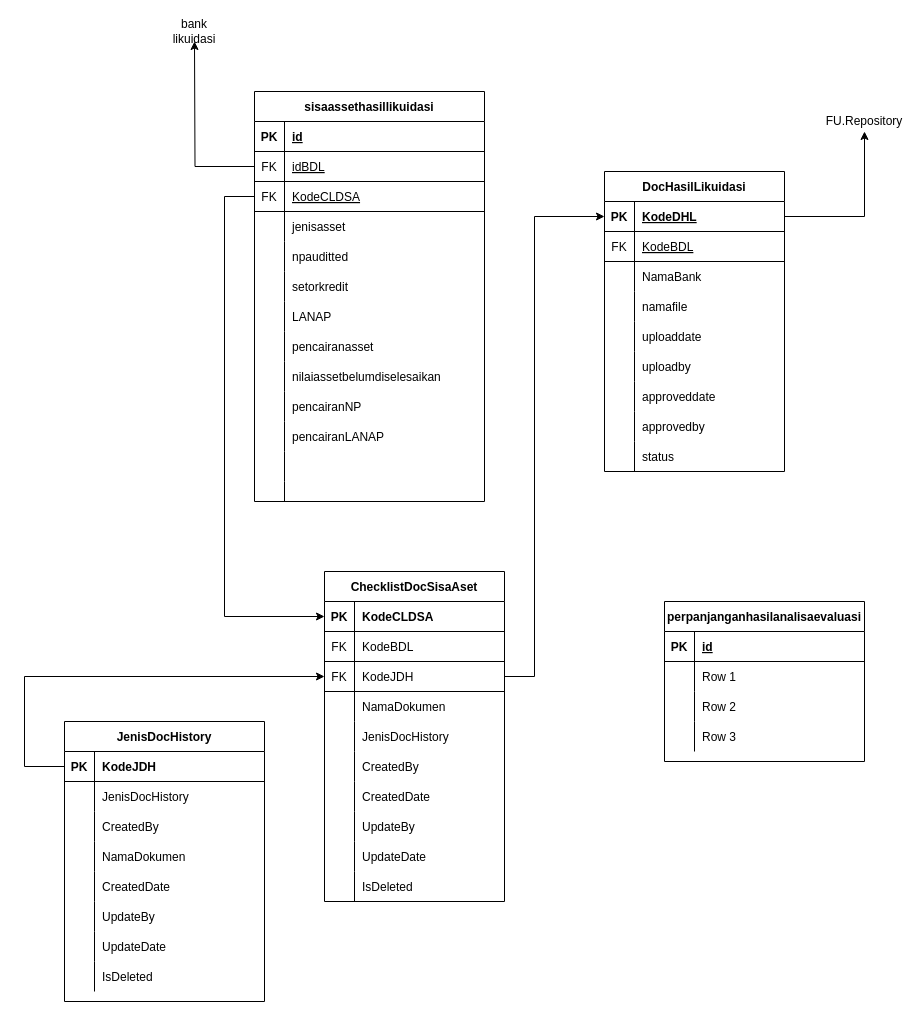
Earlier version of the draw.io diagram Domain Model - Likuidasi Pengakhiran.drawio (reshafahlevi/GLIK-DM). Source tidied: cells renumbered, new cells numbered last; positions are measured from the earlier drawing's top-left corner, leaving out a move shared by most shapes. Both pictures are drawn from the tidied source at 100%, with x=0, y=0 at pixel (24, 21).
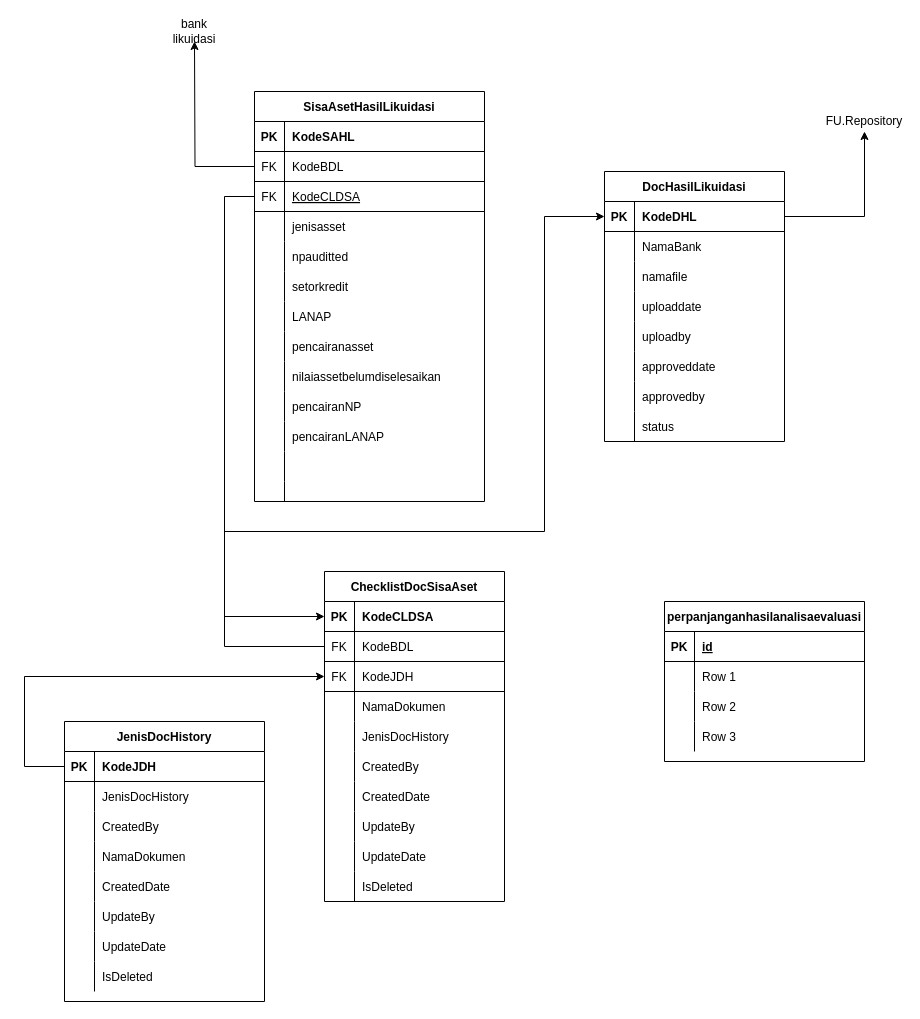
The same diagram, later.

The change refers to these unchanged cells:
```xml
<mxCell id="3" style="shape=partialRectangle;fillColor=none;top=0;left=0;bottom=1;right=0;" parent="2" vertex="1">
  <mxGeometry y="30" width="230" height="30" as="geometry" />
</mxCell>
<mxCell id="6" style="shape=partialRectangle;fillColor=none;top=0;left=0;bottom=1;right=0;points=[[0,0.5],[1,0.5]];portConstraint=eastwest;" parent="2" vertex="1">
  <mxGeometry y="60" width="230" height="30" as="geometry" />
</mxCell>
<mxCell id="44" style="shape=partialRectangle;fillColor=none;top=0;left=0;bottom=1;right=0;points=[[0,0.5],[1,0.5]];portConstraint=eastwest;" parent="43" vertex="1">
  <mxGeometry y="30" width="180" height="30" as="geometry" />
</mxCell>
<mxCell id="75" style="shape=partialRectangle;fillColor=none;top=0;left=0;bottom=1;right=0;points=[[0,0.5],[1,0.5]];portConstraint=eastwest;" parent="71" vertex="1">
  <mxGeometry y="60" width="180" height="30" as="geometry" />
</mxCell>
<mxCell id="78" style="shape=partialRectangle;fillColor=none;top=0;left=0;bottom=1;right=0;points=[[0,0.5],[1,0.5]];portConstraint=eastwest;" parent="71" vertex="1">
  <mxGeometry y="90" width="180" height="30" as="geometry" />
</mxCell>
```

The edit, as a diff of the source:
```diff
@@
-    <mxCell id="2" value="sisaassethasillikuidasi" style="shape=table;startSize=30;childLayout=tableLayout;rowLines=0;fontStyle=1;align=center;" parent="1" vertex="1">
+    <mxCell id="2" value="SisaAsetHasilLikuidasi" style="shape=table;startSize=30;childLayout=tableLayout;rowLines=0;fontStyle=1;align=center;" parent="1" vertex="1">
       <mxGeometry x="230" y="70" width="230" height="410" as="geometry" />
     </mxCell>
@@
-    <mxCell id="5" value="id" style="shape=partialRectangle;fillColor=none;top=0;left=0;bottom=0;right=0;align=left;spacingLeft=6;fontStyle=5;overflow=hidden;" parent="3" vertex="1">
+    <mxCell id="5" value="KodeSAHL" style="shape=partialRectangle;fillColor=none;top=0;left=0;bottom=0;right=0;align=left;spacingLeft=6;fontStyle=1;overflow=hidden;" parent="3" vertex="1">
       <mxGeometry x="30" width="200" height="30" as="geometry" />
     </mxCell>
@@
-    <mxCell id="8" value="idBDL" style="shape=partialRectangle;fillColor=none;top=0;left=0;bottom=0;right=0;align=left;spacingLeft=6;fontStyle=4;overflow=hidden;" parent="6" vertex="1">
+    <mxCell id="8" value="KodeBDL" style="shape=partialRectangle;fillColor=none;top=0;left=0;bottom=0;right=0;align=left;spacingLeft=6;fontStyle=0;overflow=hidden;" parent="6" vertex="1">
       <mxGeometry x="30" width="200" height="30" as="geometry" />
     </mxCell>
@@
     <mxCell id="43" value="DocHasilLikuidasi" style="shape=table;startSize=30;childLayout=tableLayout;rowLines=0;fontStyle=1;align=center;" parent="1" vertex="1">
-      <mxGeometry x="580" y="150" width="180" height="300" as="geometry" />
+      <mxGeometry x="580" y="150" width="180" height="270" as="geometry" />
     </mxCell>
@@
-    <mxCell id="46" value="KodeDHL" style="shape=partialRectangle;fillColor=none;top=0;left=0;bottom=0;right=0;align=left;spacingLeft=6;fontStyle=5;overflow=hidden;" parent="44" vertex="1">
+    <mxCell id="46" value="KodeDHL" style="shape=partialRectangle;fillColor=none;top=0;left=0;bottom=0;right=0;align=left;spacingLeft=6;fontStyle=1;overflow=hidden;" parent="44" vertex="1">
       <mxGeometry x="30" width="150" height="30" as="geometry" />
     </mxCell>
-    <mxCell id="47" style="shape=partialRectangle;fillColor=none;top=0;left=0;bottom=1;right=0;" parent="43" vertex="1">
-      <mxGeometry y="60" width="180" height="30" as="geometry" />
-    </mxCell>
-    <mxCell id="48" value="FK" style="shape=partialRectangle;fillColor=none;top=0;left=0;bottom=0;right=0;fontStyle=0;overflow=hidden;" parent="47" vertex="1">
-      <mxGeometry width="30" height="30" as="geometry" />
-    </mxCell>
-    <mxCell id="49" value="KodeBDL" style="shape=partialRectangle;fillColor=none;top=0;left=0;bottom=0;right=0;align=left;spacingLeft=6;fontStyle=4;overflow=hidden;" parent="47" vertex="1">
-      <mxGeometry x="30" width="150" height="30" as="geometry" />
-    </mxCell>
     <mxCell id="50" style="shape=partialRectangle;fillColor=none;top=0;left=0;bottom=0;right=0;" parent="43" vertex="1">
-      <mxGeometry y="90" width="180" height="30" as="geometry" />
+      <mxGeometry y="60" width="180" height="30" as="geometry" />
     </mxCell>
@@
     <mxCell id="53" style="shape=partialRectangle;fillColor=none;top=0;left=0;bottom=0;right=0;" parent="43" vertex="1">
-      <mxGeometry y="120" width="180" height="30" as="geometry" />
+      <mxGeometry y="90" width="180" height="30" as="geometry" />
     </mxCell>
@@
     <mxCell id="56" style="shape=partialRectangle;fillColor=none;top=0;left=0;bottom=0;right=0;" parent="43" vertex="1">
-      <mxGeometry y="150" width="180" height="30" as="geometry" />
+      <mxGeometry y="120" width="180" height="30" as="geometry" />
     </mxCell>
@@
     <mxCell id="59" style="shape=partialRectangle;fillColor=none;top=0;left=0;bottom=0;right=0;" parent="43" vertex="1">
-      <mxGeometry y="180" width="180" height="30" as="geometry" />
+      <mxGeometry y="150" width="180" height="30" as="geometry" />
     </mxCell>
@@
     <mxCell id="62" style="shape=partialRectangle;fillColor=none;top=0;left=0;bottom=0;right=0;" parent="43" vertex="1">
-      <mxGeometry y="210" width="180" height="30" as="geometry" />
+      <mxGeometry y="180" width="180" height="30" as="geometry" />
     </mxCell>
@@
     <mxCell id="65" style="shape=partialRectangle;fillColor=none;top=0;left=0;bottom=0;right=0;" parent="43" vertex="1">
-      <mxGeometry y="240" width="180" height="30" as="geometry" />
+      <mxGeometry y="210" width="180" height="30" as="geometry" />
     </mxCell>
@@
     <mxCell id="68" style="shape=partialRectangle;fillColor=none;top=0;left=0;bottom=0;right=0;" parent="43" vertex="1">
-      <mxGeometry y="270" width="180" height="30" as="geometry" />
+      <mxGeometry y="240" width="180" height="30" as="geometry" />
     </mxCell>
@@
-    <mxCell id="107" style="edgeStyle=orthogonalEdgeStyle;rounded=0;jettySize=auto;html=1;exitX=1;exitY=0.5;exitDx=0;exitDy=0;entryX=0;entryY=0.5;entryDx=0;entryDy=0;" parent="1" edge="1" source="78" target="44">
+    <mxCell id="107" style="edgeStyle=orthogonalEdgeStyle;rounded=0;jettySize=auto;html=1;exitX=0;exitY=0.5;exitDx=0;exitDy=0;entryX=0;entryY=0.5;entryDx=0;entryDy=0;" parent="1" edge="1" source="75" target="44">
       <mxGeometry relative="1" as="geometry">
         <Array as="points">
-          <mxPoint x="510" y="655" />
-          <mxPoint x="510" y="195" />
+          <mxPoint x="200" y="625" />
+          <mxPoint x="200" y="510" />
+          <mxPoint x="520" y="510" />
+          <mxPoint x="520" y="195" />
         </Array>
       </mxGeometry>
     </mxCell>
```
